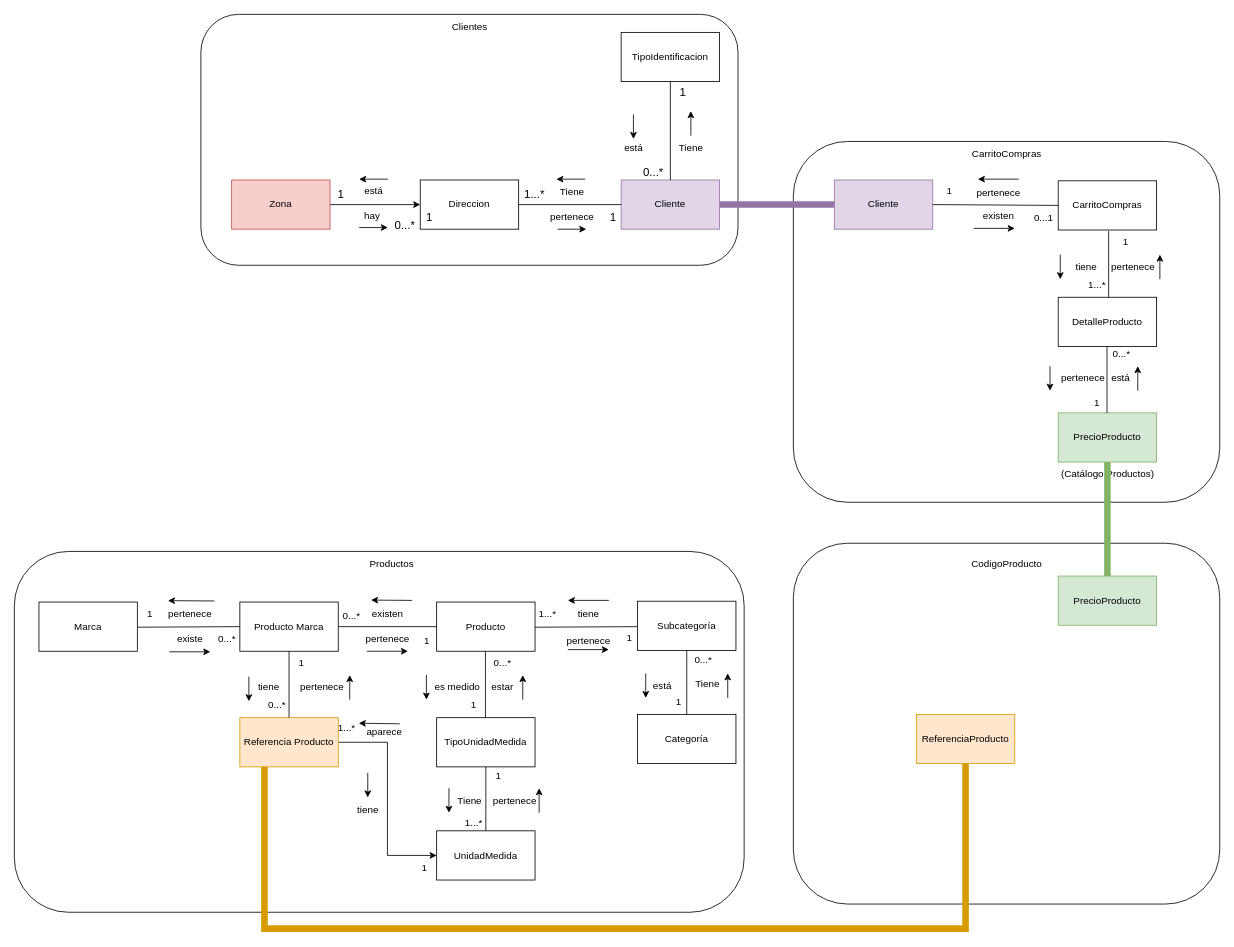
Before: page "ContextMapping V1" (6 of 7) of TiendaOnline_Disenio.drawio in andrescardo98/doo, a draw.io diagram. Source tidied: cells renumbered, new cells numbered last; positions are measured from the earlier drawing's top-left corner, leaving out a move shared by most shapes. Both pictures are drawn from the tidied source at 82%, with x=0, y=0 at pixel (14, 14).
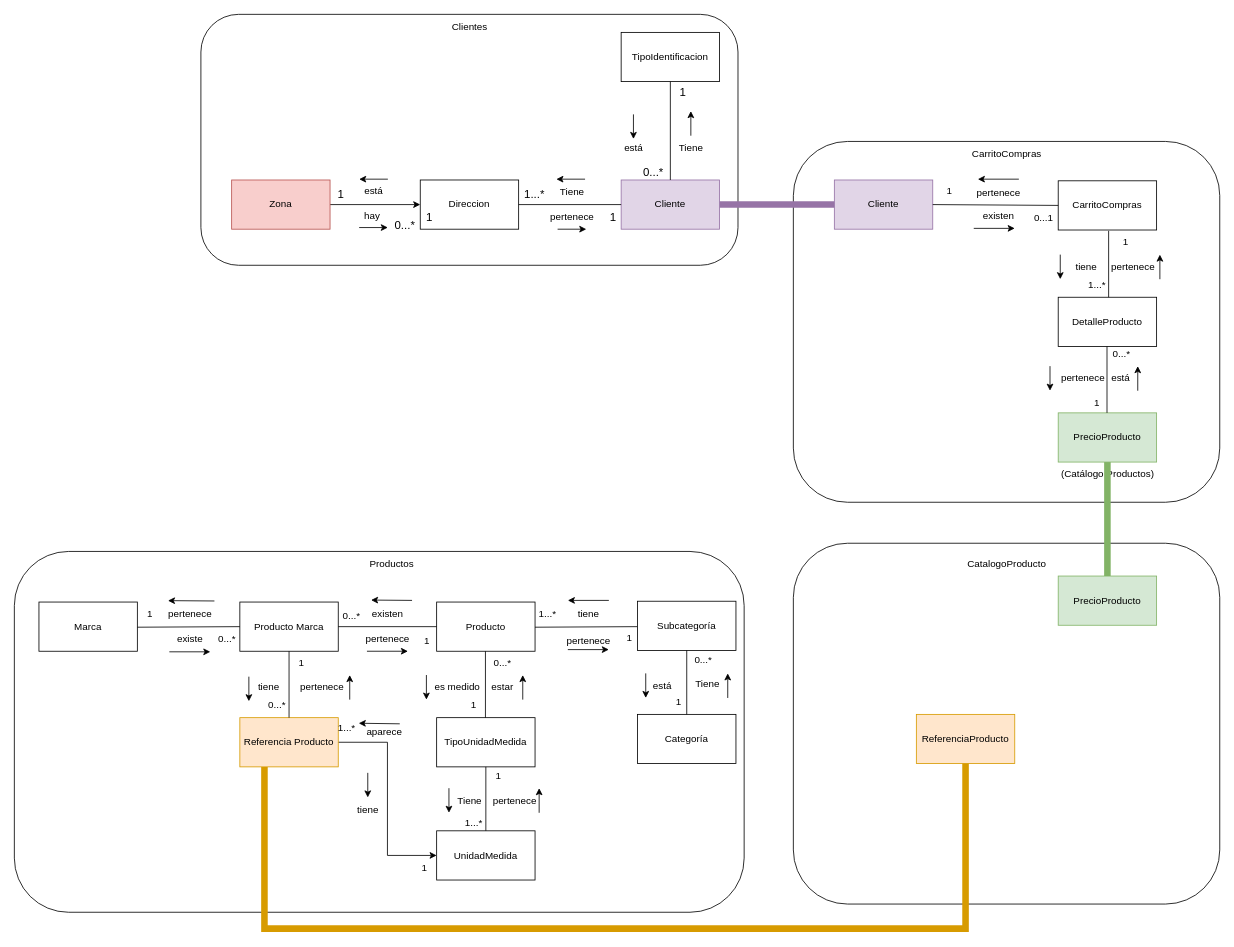
The same diagram, later.

The edit, as a diff of the source:
```diff
@@
-    <mxCell id="60" value="CodigoProducto" style="text;html=1;align=center;verticalAlign=middle;strokeColor=none;fillColor=none;" parent="1" vertex="1">
-      <mxGeometry x="1155" y="655" width="110" height="30" as="geometry" />
+    <mxCell id="60" value="CatalogoProducto" style="text;html=1;align=center;verticalAlign=middle;strokeColor=none;fillColor=none;" parent="1" vertex="1">
+      <mxGeometry x="1150" y="655" width="120" height="30" as="geometry" />
     </mxCell>
```
